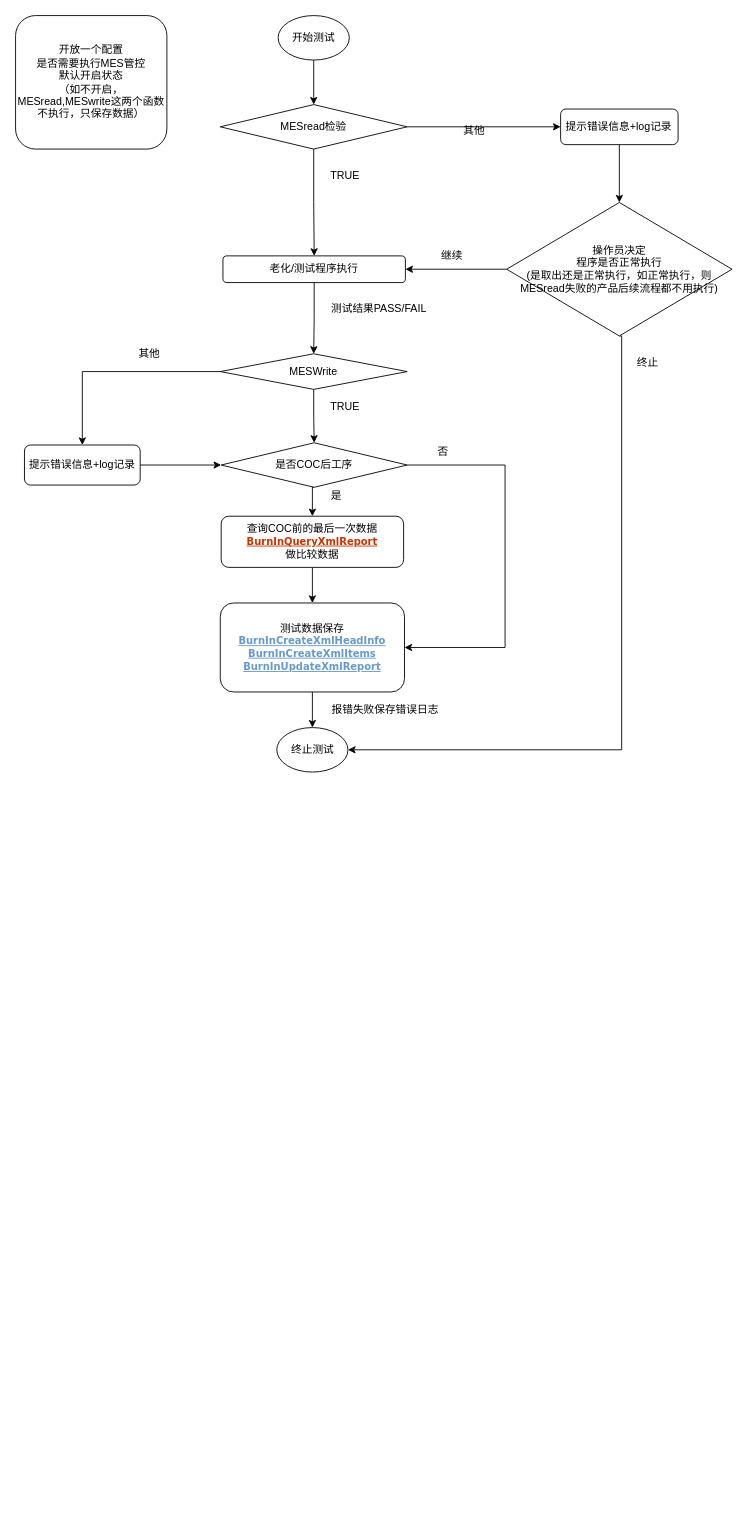
The draw.io diagram Untitled Diagram.drawio in yimugit/yimu, before the edit. Source tidied: cells renumbered, new cells numbered last; positions are measured from the earlier drawing's top-left corner, leaving out a move shared by most shapes. Both pictures are drawn from the tidied source at 89%, with x=0, y=0 at pixel (15, 15).
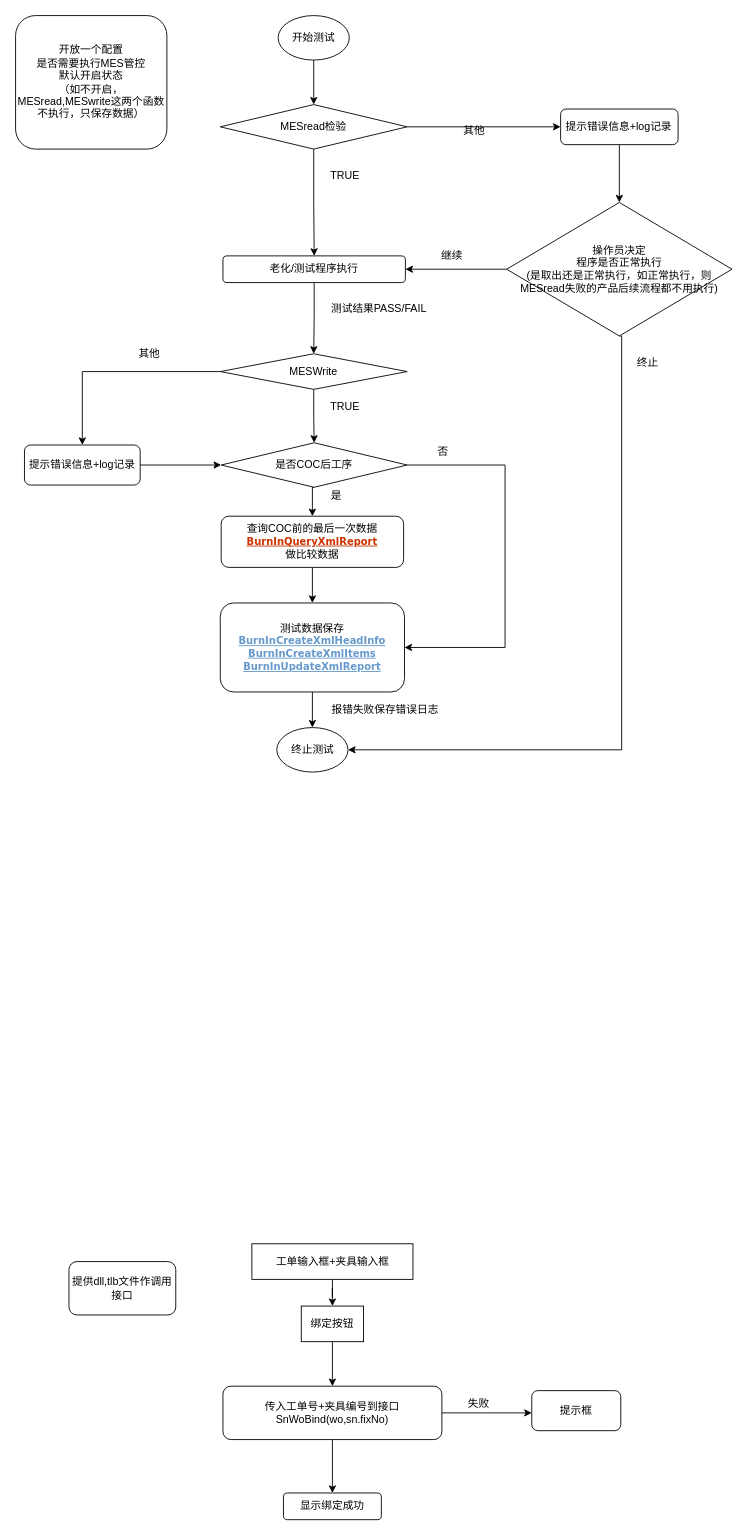
The same page after the edit.

What changed in the source:
```diff
@@
+    <mxCell id="38" style="edgeStyle=orthogonalEdgeStyle;rounded=0;jettySize=auto;html=1;" parent="1" edge="1" source="40">
+      <mxGeometry relative="1" as="geometry">
+        <mxPoint x="580" y="1570" as="targetPoint" />
+      </mxGeometry>
+    </mxCell>
+    <mxCell id="39" style="edgeStyle=orthogonalEdgeStyle;rounded=0;jettySize=auto;html=1;entryX=0.5;entryY=0;entryDx=0;entryDy=0;" parent="1" edge="1" source="40" target="43">
+      <mxGeometry relative="1" as="geometry" />
+    </mxCell>
+    <mxCell id="40" value="传入工单号+夹具编号到接口&lt;br&gt;SnWoBind(wo,sn.fixNo)" style="rounded=1;whiteSpace=wrap;html=1;" parent="1" vertex="1">
+      <mxGeometry x="233" y="1540" width="246" height="60" as="geometry" />
+    </mxCell>
+    <mxCell id="41" value="失败" style="text;html=1;align=center;verticalAlign=middle;" parent="1" vertex="1">
+      <mxGeometry x="500" y="1550" width="40" height="20" as="geometry" />
+    </mxCell>
+    <mxCell id="42" value="提示框" style="rounded=1;whiteSpace=wrap;html=1;" parent="1" vertex="1">
+      <mxGeometry x="580" y="1545" width="100" height="45" as="geometry" />
+    </mxCell>
+    <mxCell id="43" value="显示绑定成功" style="rounded=1;whiteSpace=wrap;html=1;" parent="1" vertex="1">
+      <mxGeometry x="301" y="1660" width="110" height="30" as="geometry" />
+    </mxCell>
+    <mxCell id="44" style="edgeStyle=orthogonalEdgeStyle;rounded=0;jettySize=auto;html=1;entryX=0.5;entryY=0;entryDx=0;entryDy=0;" parent="1" edge="1" source="45" target="40">
+      <mxGeometry relative="1" as="geometry" />
+    </mxCell>
+    <mxCell id="45" value="绑定按钮" style="rounded=0;whiteSpace=wrap;html=1;" parent="1" vertex="1">
+      <mxGeometry x="321" y="1450" width="70" height="40" as="geometry" />
+    </mxCell>
+    <mxCell id="46" value="提供dll,tlb文件作调用接口" style="rounded=1;whiteSpace=wrap;html=1;" parent="1" vertex="1">
+      <mxGeometry x="60" y="1400" width="120" height="60" as="geometry" />
+    </mxCell>
+    <mxCell id="47" style="edgeStyle=orthogonalEdgeStyle;rounded=0;jettySize=auto;html=1;entryX=0.5;entryY=0;entryDx=0;entryDy=0;" parent="1" edge="1" source="48" target="45">
+      <mxGeometry relative="1" as="geometry" />
+    </mxCell>
+    <mxCell id="48" value="工单输入框+夹具输入框" style="rounded=0;whiteSpace=wrap;html=1;" parent="1" vertex="1">
+      <mxGeometry x="265.5" y="1380" width="181" height="40" as="geometry" />
+    </mxCell>
```
